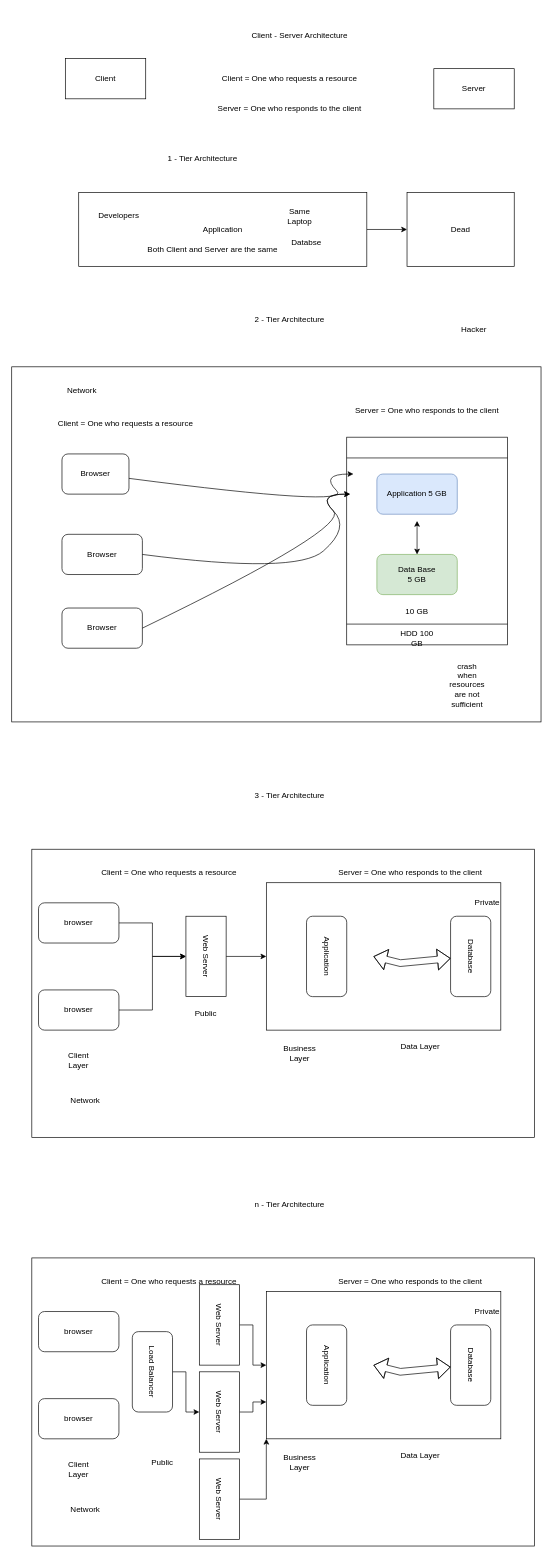
This is diagrams/2_clientserverarchitecture_1.drawio from praveenkumarilla4git/Batch-3, a draw.io file, before an edit. Source tidied: cells renumbered, new cells numbered last; positions are measured from the earlier drawing's top-left corner, leaving out a move shared by most shapes. Both pictures are drawn from the tidied source at 67%, with x=0, y=0 at pixel (11, 11).
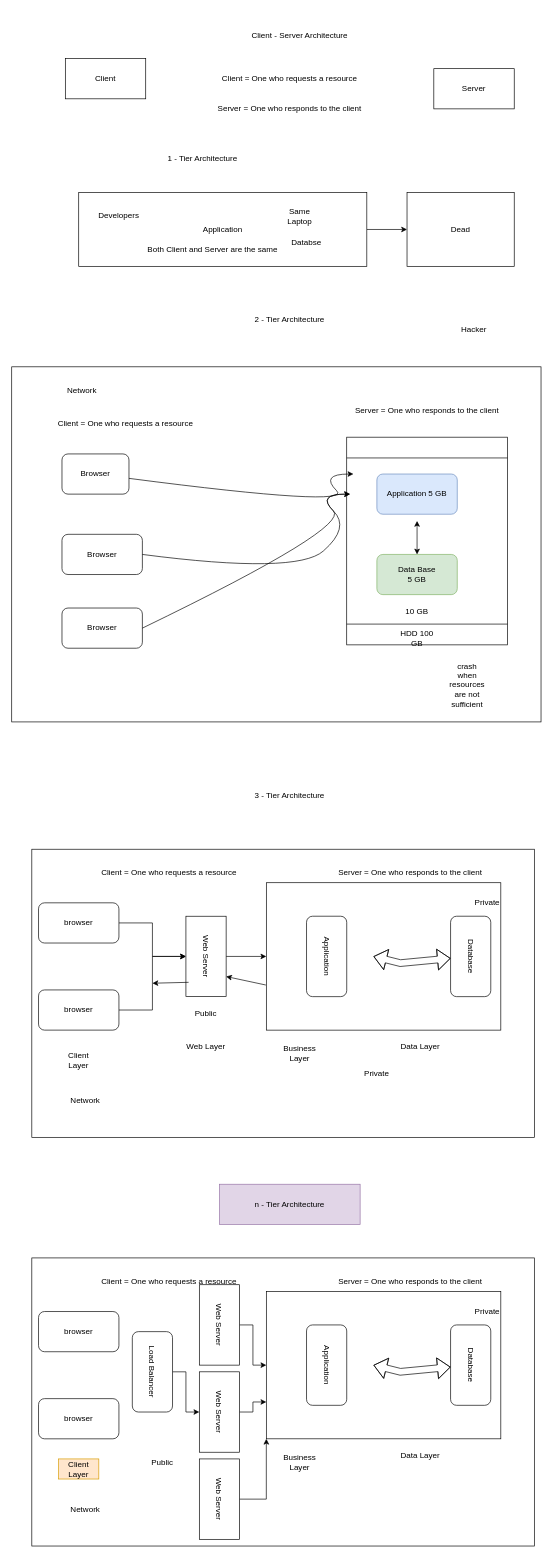
The same page after the edit.

Unchanged cells that the change refers to:
```xml
<mxCell id="45" style="rounded=0;whiteSpace=wrap;html=1;" parent="1" vertex="1">
  <mxGeometry x="380" y="1300" width="350" height="220" as="geometry" />
</mxCell>
<mxCell id="51" value="Web Server" style="rounded=0;whiteSpace=wrap;html=1;rotation=90;" parent="1" vertex="1">
  <mxGeometry x="230" y="1380" width="120" height="60" as="geometry" />
</mxCell>
```

Change to the diagram source:
```diff
@@
-    <mxCell id="54" value="n - Tier Architecture" style="text;html=1;align=center;verticalAlign=middle;whiteSpace=wrap;rounded=0;" parent="1" vertex="1">
+    <mxCell id="54" value="n - Tier Architecture" style="text;html=1;align=center;verticalAlign=middle;whiteSpace=wrap;rounded=0;fillColor=#e1d5e7;strokeColor=#9673a6;" parent="1" vertex="1">
       <mxGeometry x="310" y="1750" width="210" height="60" as="geometry" />
     </mxCell>
@@
-    <mxCell id="62" value="Client Layer" style="text;html=1;align=center;verticalAlign=middle;whiteSpace=wrap;rounded=0;" parent="1" vertex="1">
+    <mxCell id="62" value="Client Layer" style="text;html=1;align=center;verticalAlign=middle;whiteSpace=wrap;rounded=0;fillColor=#ffe6cc;strokeColor=#d79b00;" parent="1" vertex="1">
       <mxGeometry x="70" y="2160" width="60" height="30" as="geometry" />
     </mxCell>
@@
+    <mxCell id="78" value="Private" style="text;html=1;align=center;verticalAlign=middle;whiteSpace=wrap;rounded=0;" parent="1" vertex="1">
+      <mxGeometry x="515" y="1570" width="60" height="30" as="geometry" />
+    </mxCell>
+    <mxCell id="79" value="Web Layer" style="text;html=1;align=center;verticalAlign=middle;whiteSpace=wrap;rounded=0;" parent="1" vertex="1">
+      <mxGeometry x="260" y="1530" width="60" height="30" as="geometry" />
+    </mxCell>
+    <mxCell id="80" style="endArrow=classic;html=1;rounded=0;exitX=0.822;exitY=0.933;exitDx=0;exitDy=0;exitPerimeter=0;" parent="1" edge="1" source="51">
+      <mxGeometry relative="1" as="geometry">
+        <mxPoint x="210" y="1450" as="targetPoint" />
+      </mxGeometry>
+    </mxCell>
+    <mxCell id="81" style="endArrow=classic;html=1;rounded=0;exitX=-0.002;exitY=0.694;exitDx=0;exitDy=0;exitPerimeter=0;entryX=0.75;entryY=0;entryDx=0;entryDy=0;" parent="1" edge="1" source="45" target="51">
+      <mxGeometry relative="1" as="geometry" />
+    </mxCell>
```
